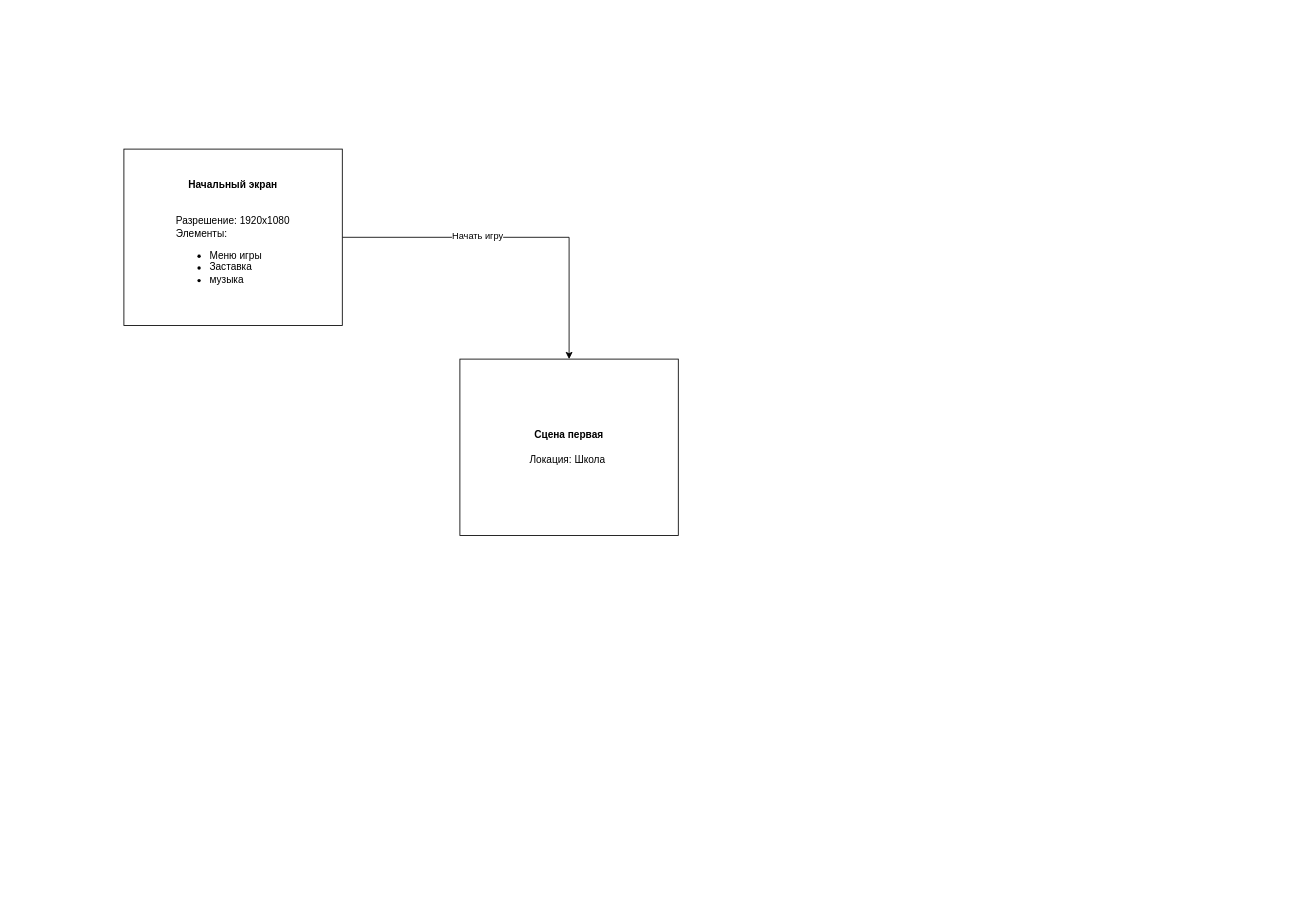
Earlier version of the draw.io diagram ER_scene_Heart_of_Forest.drawio (EvstiAL/Heart-Of-Forest). Source tidied: cells renumbered, new cells numbered last; positions are measured from the earlier drawing's top-left corner, leaving out a move shared by most shapes. Both pictures are drawn from the tidied source at 84%, with x=0, y=0 at pixel (123, 149).
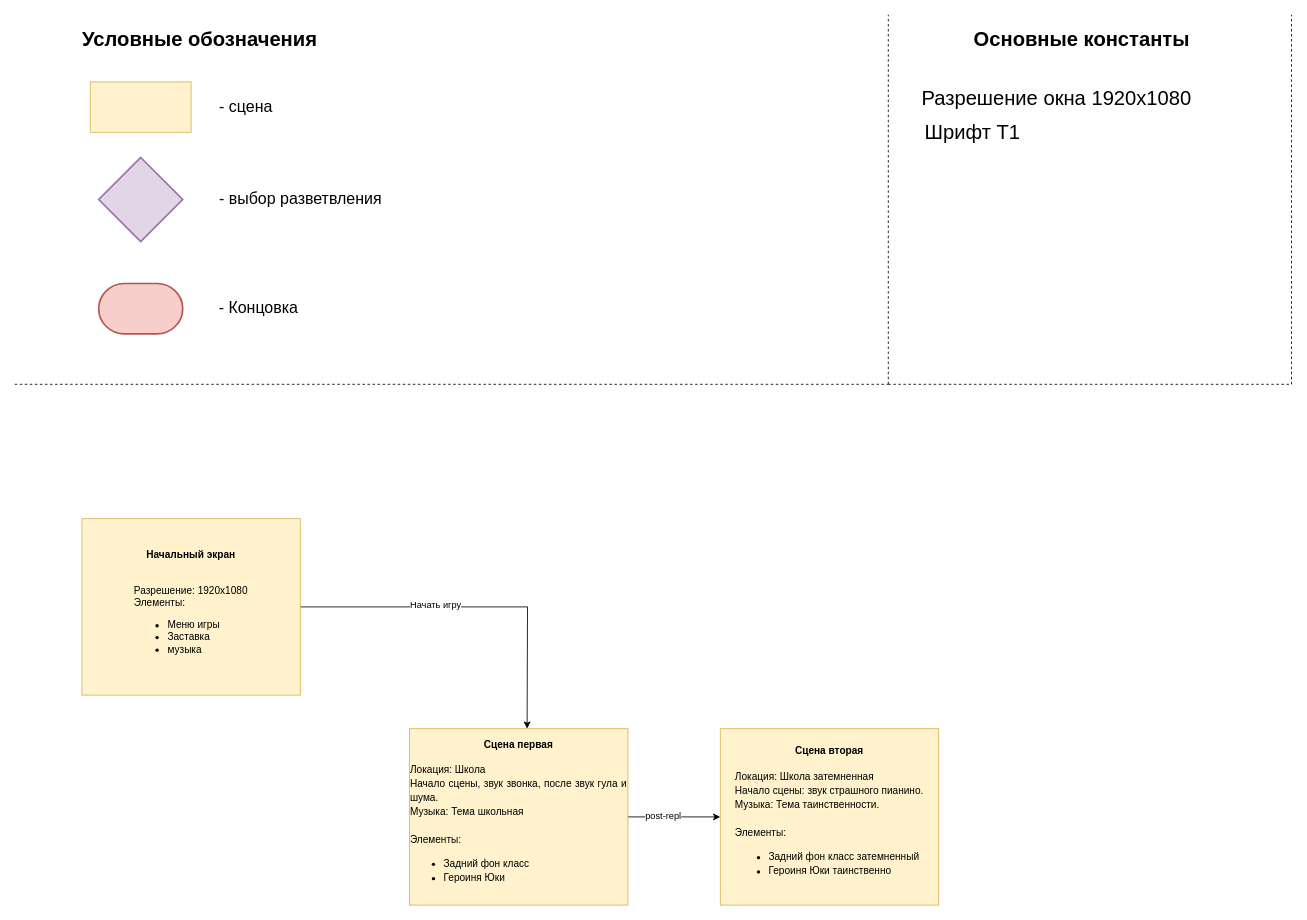
The same diagram, later.

Change to the diagram source:
```diff
@@
-    <mxCell id="2" style="edgeStyle=orthogonalEdgeStyle;rounded=0;jettySize=auto;html=1;" parent="1" edge="1" source="4" target="5">
-      <mxGeometry relative="1" as="geometry" />
+    <mxCell id="2" style="edgeStyle=orthogonalEdgeStyle;rounded=0;jettySize=auto;html=1;" parent="1" edge="1" source="4">
+      <mxGeometry relative="1" as="geometry">
+        <mxPoint x="480" y="690" as="targetPoint" />
+      </mxGeometry>
     </mxCell>
@@
-    <mxCell id="4" value="&lt;b&gt;Начальный экран&lt;/b&gt;&lt;br&gt;&lt;br&gt;&lt;br&gt;Разрешение: 1920х1080&lt;br&gt;&lt;div style=&quot;text-align: justify;&quot;&gt;&lt;span style=&quot;background-color: initial;&quot;&gt;Элементы:&amp;nbsp;&lt;/span&gt;&lt;/div&gt;&lt;div style=&quot;text-align: justify;&quot;&gt;&lt;ul&gt;&lt;li&gt;Меню игры&lt;/li&gt;&lt;li&gt;Заставка&lt;/li&gt;&lt;li&gt;музыка&lt;/li&gt;&lt;/ul&gt;&lt;/div&gt;" style="rounded=0;whiteSpace=wrap;html=1;" parent="1" vertex="1">
-      <mxGeometry width="260" height="210" as="geometry" />
+    <mxCell id="4" value="&lt;b&gt;Начальный экран&lt;/b&gt;&lt;br&gt;&lt;br&gt;&lt;br&gt;Разрешение: 1920х1080&lt;br&gt;&lt;div style=&quot;text-align: justify;&quot;&gt;&lt;span style=&quot;background-color: initial;&quot;&gt;Элементы:&amp;nbsp;&lt;/span&gt;&lt;/div&gt;&lt;div style=&quot;text-align: justify;&quot;&gt;&lt;ul&gt;&lt;li&gt;Меню игры&lt;/li&gt;&lt;li&gt;Заставка&lt;/li&gt;&lt;li&gt;музыка&lt;/li&gt;&lt;/ul&gt;&lt;/div&gt;" style="rounded=0;whiteSpace=wrap;html=1;fillColor=#fff2cc;strokeColor=#d6b656;" parent="1" vertex="1">
+      <mxGeometry x="-50" y="440" width="260" height="210" as="geometry" />
     </mxCell>
+    <mxCell id="6" style="edgeStyle=orthogonalEdgeStyle;rounded=0;jettySize=auto;html=1;fontSize=24;" parent="1" edge="1" source="5" target="22">
+      <mxGeometry relative="1" as="geometry" />
+    </mxCell>
+    <mxCell id="7" value="&lt;font style=&quot;font-size: 11px;&quot;&gt;post-repl&lt;/font&gt;" style="edgeLabel;html=1;align=center;verticalAlign=middle;fontSize=11;" parent="6" vertex="1">
+      <mxGeometry x="-0.26" y="2" relative="1" as="geometry" />
+    </mxCell>
-    <mxCell id="5" value="&lt;b&gt;Сцена первая&lt;br&gt;&lt;/b&gt;&lt;br&gt;Локация: Школа&amp;nbsp;" style="rounded=0;whiteSpace=wrap;html=1;" parent="1" vertex="1">
-      <mxGeometry x="400" y="250" width="260" height="210" as="geometry" />
+    <mxCell id="5" value="&lt;b&gt;Сцена первая&lt;br&gt;&lt;/b&gt;&lt;br&gt;&lt;div style=&quot;text-align: justify; line-height: 140%;&quot;&gt;&lt;span style=&quot;background-color: initial;&quot;&gt;Локация: Школа&lt;/span&gt;&lt;/div&gt;&lt;div style=&quot;text-align: justify; line-height: 140%;&quot;&gt;&lt;span style=&quot;background-color: initial;&quot;&gt;Начало сцены, звук звонка, после звук гула и шума.&lt;/span&gt;&lt;/div&gt;&lt;div style=&quot;text-align: justify; line-height: 140%;&quot;&gt;&lt;span style=&quot;background-color: initial;&quot;&gt;Музыка: Тема школьная&amp;nbsp;&lt;/span&gt;&lt;/div&gt;&lt;div style=&quot;text-align: justify; line-height: 140%;&quot;&gt;&lt;br&gt;&lt;/div&gt;&lt;div style=&quot;text-align: justify; line-height: 140%;&quot;&gt;&lt;span style=&quot;background-color: initial;&quot;&gt;Элементы:&lt;/span&gt;&lt;/div&gt;&lt;ul style=&quot;line-height: 140%;&quot;&gt;&lt;li style=&quot;text-align: justify;&quot;&gt;Задний фон класс&lt;/li&gt;&lt;li style=&quot;text-align: justify;&quot;&gt;Героиня Юки&amp;nbsp;&lt;/li&gt;&lt;/ul&gt;" style="rounded=0;whiteSpace=wrap;html=1;fillColor=#fff2cc;strokeColor=#d6b656;" parent="1" vertex="1">
+      <mxGeometry x="340" y="690" width="260" height="210" as="geometry" />
     </mxCell>
+    <mxCell id="8" style="rounded=0;whiteSpace=wrap;html=1;fillColor=#fff2cc;strokeColor=#d6b656;" parent="1" vertex="1">
+      <mxGeometry x="-40" y="-80" width="120" height="60" as="geometry" />
+    </mxCell>
+    <mxCell id="9" value="&lt;b&gt;&lt;font style=&quot;font-size: 24px;&quot;&gt;Условные обозначения&lt;/font&gt;&lt;/b&gt;" style="text;html=1;align=center;verticalAlign=middle;strokeColor=none;fillColor=none;" parent="1" vertex="1">
+      <mxGeometry x="-60" y="-150" width="300" height="40" as="geometry" />
+    </mxCell>
+    <mxCell id="10" style="strokeWidth=2;html=1;shape=mxgraph.flowchart.decision;whiteSpace=wrap;fillColor=#e1d5e7;strokeColor=#9673a6;" parent="1" vertex="1">
+      <mxGeometry x="-30" y="10" width="100" height="100" as="geometry" />
+    </mxCell>
+    <mxCell id="11" style="strokeWidth=2;html=1;shape=mxgraph.flowchart.terminator;whiteSpace=wrap;fillColor=#f8cecc;strokeColor=#b85450;" parent="1" vertex="1">
+      <mxGeometry x="-30" y="160" width="100" height="60" as="geometry" />
+    </mxCell>
+    <mxCell id="12" value="&lt;font style=&quot;font-size: 19px;&quot;&gt;- сцена&lt;/font&gt;" style="text;html=1;align=center;verticalAlign=middle;strokeColor=none;fillColor=none;" parent="1" vertex="1">
+      <mxGeometry x="100" y="-70" width="90" height="40" as="geometry" />
+    </mxCell>
+    <mxCell id="13" value="&lt;font style=&quot;font-size: 19px;&quot;&gt;- выбор разветвления&lt;/font&gt;" style="text;html=1;align=center;verticalAlign=middle;strokeColor=none;fillColor=none;" parent="1" vertex="1">
+      <mxGeometry x="100" y="40" width="220" height="40" as="geometry" />
+    </mxCell>
+    <mxCell id="14" value="&lt;font style=&quot;font-size: 19px;&quot;&gt;- Концовка&lt;/font&gt;" style="text;html=1;align=center;verticalAlign=middle;strokeColor=none;fillColor=none;" parent="1" vertex="1">
+      <mxGeometry x="100" y="170" width="120" height="40" as="geometry" />
+    </mxCell>
+    <mxCell id="15" style="endArrow=none;dashed=1;html=1;rounded=0;fontSize=24;" parent="1" edge="1">
+      <mxGeometry relative="1" as="geometry">
+        <mxPoint x="-130" y="280" as="sourcePoint" />
+        <mxPoint x="910" y="280" as="targetPoint" />
+      </mxGeometry>
+    </mxCell>
+    <mxCell id="16" style="endArrow=none;dashed=1;html=1;rounded=0;fontSize=24;" parent="1" edge="1">
+      <mxGeometry relative="1" as="geometry">
+        <mxPoint x="910" y="280" as="sourcePoint" />
+        <mxPoint x="910" y="-160" as="targetPoint" />
+      </mxGeometry>
+    </mxCell>
+    <mxCell id="17" style="endArrow=none;dashed=1;html=1;rounded=0;fontSize=24;" parent="1" edge="1">
+      <mxGeometry relative="1" as="geometry">
+        <mxPoint x="910" y="280" as="sourcePoint" />
+        <mxPoint x="1390" y="280" as="targetPoint" />
+      </mxGeometry>
+    </mxCell>
+    <mxCell id="18" style="endArrow=none;dashed=1;html=1;rounded=0;fontSize=24;" parent="1" edge="1">
+      <mxGeometry relative="1" as="geometry">
+        <mxPoint x="1390" y="280" as="sourcePoint" />
+        <mxPoint x="1390" y="-160" as="targetPoint" />
+      </mxGeometry>
+    </mxCell>
+    <mxCell id="19" value="&lt;b&gt;&lt;font style=&quot;font-size: 24px;&quot;&gt;Основные константы&lt;/font&gt;&lt;/b&gt;" style="text;html=1;align=center;verticalAlign=middle;strokeColor=none;fillColor=none;" parent="1" vertex="1">
+      <mxGeometry x="1000" y="-150" width="280" height="40" as="geometry" />
+    </mxCell>
+    <mxCell id="20" value="Разрешение окна 1920х1080" style="text;html=1;align=center;verticalAlign=middle;strokeColor=none;fillColor=none;fontSize=24;" parent="1" vertex="1">
+      <mxGeometry x="940" y="-80" width="340" height="40" as="geometry" />
+    </mxCell>
+    <mxCell id="21" value="Шрифт T1" style="text;html=1;align=center;verticalAlign=middle;strokeColor=none;fillColor=none;fontSize=24;" parent="1" vertex="1">
+      <mxGeometry x="940" y="-40" width="140" height="40" as="geometry" />
+    </mxCell>
+    <mxCell id="22" value="&lt;b&gt;Сцена вторая&lt;br&gt;&lt;/b&gt;&lt;br&gt;&lt;div style=&quot;text-align: justify; line-height: 140%;&quot;&gt;&lt;span style=&quot;background-color: initial;&quot;&gt;Локация: Школа затемненная&lt;/span&gt;&lt;/div&gt;&lt;div style=&quot;text-align: justify; line-height: 140%;&quot;&gt;&lt;span style=&quot;background-color: initial;&quot;&gt;Начало сцены: звук страшного пианино.&lt;/span&gt;&lt;/div&gt;&lt;div style=&quot;text-align: justify; line-height: 140%;&quot;&gt;&lt;span style=&quot;background-color: initial;&quot;&gt;Музыка: Тема таинственности.&lt;/span&gt;&lt;/div&gt;&lt;div style=&quot;text-align: justify; line-height: 140%;&quot;&gt;&lt;br&gt;&lt;/div&gt;&lt;div style=&quot;text-align: justify; line-height: 140%;&quot;&gt;&lt;span style=&quot;background-color: initial;&quot;&gt;Элементы:&lt;/span&gt;&lt;/div&gt;&lt;ul style=&quot;line-height: 140%;&quot;&gt;&lt;li style=&quot;text-align: justify;&quot;&gt;Задний фон класс затемненный&lt;/li&gt;&lt;li style=&quot;text-align: justify;&quot;&gt;Героиня Юки таинственно&amp;nbsp;&lt;/li&gt;&lt;/ul&gt;" style="rounded=0;whiteSpace=wrap;html=1;fillColor=#fff2cc;strokeColor=#d6b656;" parent="1" vertex="1">
+      <mxGeometry x="710" y="690" width="260" height="210" as="geometry" />
+    </mxCell>
```
